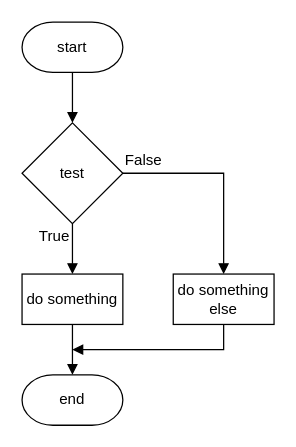
Above: page "fc else" (4 of 17) of n5-cs/sdd/assets/N5 SDD.drawio in MrFriendCS/MrFriendCS.github.io (draw.io), before the change. Source tidied: cells renumbered, new cells numbered last; positions are measured from the earlier drawing's top-left corner, leaving out a move shared by most shapes. Both pictures are drawn from the tidied source at 126%, with x=0, y=0 at pixel (21, 21).
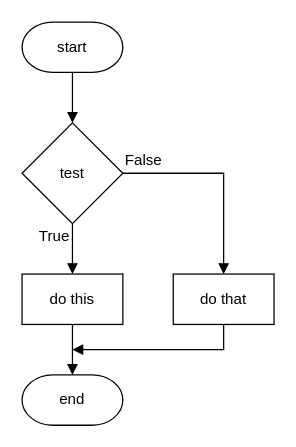
After the change.

Change to the diagram source:
```diff
@@
 <mxGraphModel>
   <root>
     <mxCell id="0" />
     <mxCell id="1" parent="0" />
     <mxCell id="2" style="edgeStyle=orthogonalEdgeStyle;rounded=0;jettySize=auto;html=1;exitX=0.5;exitY=1;exitDx=0;exitDy=0;entryX=0.5;entryY=0;entryDx=0;entryDy=0;exitPerimeter=0;endArrow=block;endFill=1;" parent="1" edge="1" source="4" target="7">
       <mxGeometry relative="1" as="geometry" />
     </mxCell>
     <mxCell id="3" value="True" style="text;html=1;strokeColor=none;fillColor=none;align=right;verticalAlign=middle;whiteSpace=wrap;rounded=0;" parent="1" vertex="1">
       <mxGeometry y="160" width="40" height="20" as="geometry" />
     </mxCell>
     <mxCell id="4" value="start" style="strokeWidth=1;html=1;shape=mxgraph.flowchart.terminator;whiteSpace=wrap;fillColor=none;" parent="1" vertex="1">
       <mxGeometry width="80" height="40" as="geometry" />
     </mxCell>
     <mxCell id="5" value="end" style="strokeWidth=1;html=1;shape=mxgraph.flowchart.terminator;whiteSpace=wrap;fillColor=none;" parent="1" vertex="1">
       <mxGeometry y="280" width="80" height="40" as="geometry" />
     </mxCell>
     <mxCell id="6" style="edgeStyle=orthogonalEdgeStyle;rounded=0;jettySize=auto;html=1;exitX=0.5;exitY=1;exitDx=0;exitDy=0;entryX=0.5;entryY=0;entryDx=0;entryDy=0;endArrow=block;endFill=1;" parent="1" edge="1" source="7" target="9">
       <mxGeometry relative="1" as="geometry" />
     </mxCell>
     <mxCell id="7" value="test" style="rhombus;whiteSpace=wrap;html=1;fillColor=none;" parent="1" vertex="1">
       <mxGeometry y="80" width="80" height="80" as="geometry" />
     </mxCell>
     <mxCell id="8" style="edgeStyle=orthogonalEdgeStyle;rounded=0;jettySize=auto;html=1;exitX=0.5;exitY=1;exitDx=0;exitDy=0;entryX=0.5;entryY=0;entryDx=0;entryDy=0;entryPerimeter=0;endArrow=block;endFill=1;" parent="1" edge="1" source="9" target="5">
       <mxGeometry relative="1" as="geometry">
         <Array as="points">
           <mxPoint x="40" y="280" />
           <mxPoint x="40" y="280" />
         </Array>
       </mxGeometry>
     </mxCell>
-    <mxCell id="9" value="do something" style="rounded=0;whiteSpace=wrap;html=1;fillColor=none;" parent="1" vertex="1">
+    <mxCell id="9" value="do this" style="rounded=0;whiteSpace=wrap;html=1;fillColor=none;" parent="1" vertex="1">
       <mxGeometry y="200" width="80" height="40" as="geometry" />
     </mxCell>
     <mxCell id="10" style="edgeStyle=orthogonalEdgeStyle;rounded=0;jettySize=auto;html=1;exitX=1;exitY=0.5;exitDx=0;exitDy=0;entryX=0.5;entryY=0;entryDx=0;entryDy=0;endArrow=block;endFill=1;" parent="1" edge="1" source="7" target="13">
       <mxGeometry relative="1" as="geometry">
         <Array as="points">
           <mxPoint x="160" y="120" />
         </Array>
       </mxGeometry>
     </mxCell>
     <mxCell id="11" value="False" style="text;html=1;strokeColor=none;fillColor=none;align=left;verticalAlign=middle;whiteSpace=wrap;rounded=0;" parent="1" vertex="1">
       <mxGeometry x="80" y="100" width="40" height="20" as="geometry" />
     </mxCell>
     <mxCell id="12" style="edgeStyle=orthogonalEdgeStyle;rounded=0;jettySize=auto;html=1;exitX=0.5;exitY=1;exitDx=0;exitDy=0;endArrow=block;endFill=1;" parent="1" edge="1" source="13">
       <mxGeometry relative="1" as="geometry">
         <mxPoint x="40" y="260" as="targetPoint" />
         <Array as="points">
           <mxPoint x="160" y="260" />
           <mxPoint x="40" y="260" />
         </Array>
       </mxGeometry>
     </mxCell>
-    <mxCell id="13" value="do something&lt;br&gt;else" style="rounded=0;whiteSpace=wrap;html=1;fillColor=none;" parent="1" vertex="1">
+    <mxCell id="13" value="do that" style="rounded=0;whiteSpace=wrap;html=1;fillColor=none;" parent="1" vertex="1">
       <mxGeometry x="120" y="200" width="80" height="40" as="geometry" />
     </mxCell>
   </root>
 </mxGraphModel>
```
